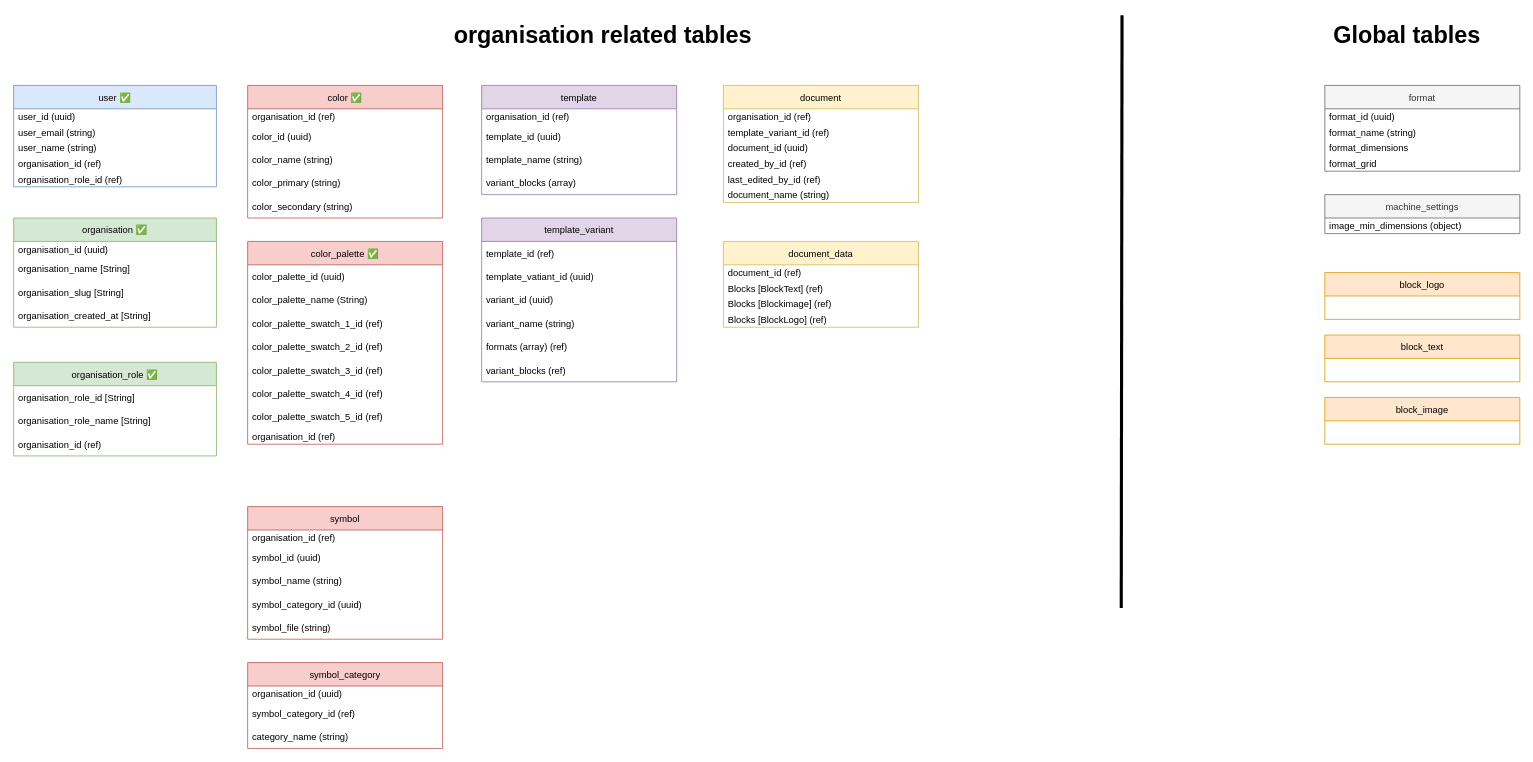
Earlier version of the draw.io diagram page "Page-2" (2 of 2) of root/DesignmaskinCurrent2.drawio (dreamyguy/drawio). Source tidied: cells renumbered, new cells numbered last; positions are measured from the earlier drawing's top-left corner, leaving out a move shared by most shapes. Both pictures are drawn from the tidied source at 78%, with x=0, y=0 at pixel (13, 15).
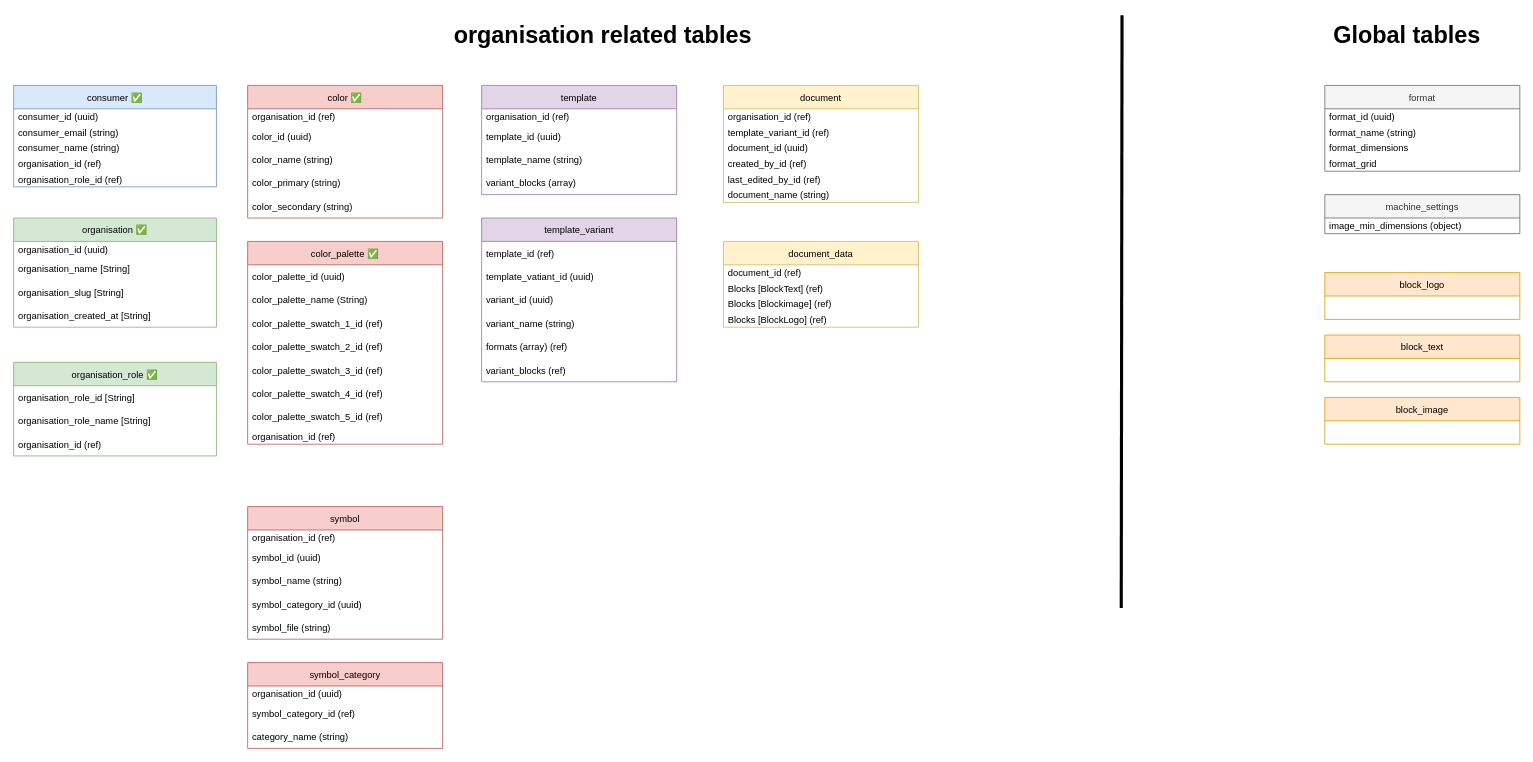
After the change.

The edit, as a diff of the source:
```diff
@@
-    <mxCell id="2" value="user ✅" style="swimlane;fontStyle=0;horizontal=1;startSize=30;fillColor=#dae8fc;strokeColor=#6c8ebf;" parent="1" vertex="1">
+    <mxCell id="2" value="consumer ✅" style="swimlane;fontStyle=0;horizontal=1;startSize=30;fillColor=#dae8fc;strokeColor=#6c8ebf;" parent="1" vertex="1">
       <mxGeometry y="90" width="260" height="130" as="geometry" />
     </mxCell>
-    <mxCell id="3" value="user_id (uuid)" style="text;strokeColor=none;fillColor=none;align=left;verticalAlign=middle;spacingLeft=4;spacingRight=4;overflow=hidden;spacing=2;" parent="2" vertex="1">
+    <mxCell id="3" value="consumer_id (uuid)" style="text;strokeColor=none;fillColor=none;align=left;verticalAlign=middle;spacingLeft=4;spacingRight=4;overflow=hidden;spacing=2;" parent="2" vertex="1">
       <mxGeometry y="30" width="260" height="20" as="geometry" />
     </mxCell>
-    <mxCell id="4" value="user_email (string)" style="text;strokeColor=none;fillColor=none;align=left;verticalAlign=middle;spacingLeft=4;spacingRight=4;overflow=hidden;" parent="2" vertex="1">
+    <mxCell id="4" value="consumer_email (string)" style="text;strokeColor=none;fillColor=none;align=left;verticalAlign=middle;spacingLeft=4;spacingRight=4;overflow=hidden;" parent="2" vertex="1">
       <mxGeometry y="50" width="260" height="20" as="geometry" />
     </mxCell>
-    <mxCell id="5" value="user_name (string)" style="text;strokeColor=none;fillColor=none;align=left;verticalAlign=middle;spacingLeft=4;spacingRight=4;overflow=hidden;spacing=2;" parent="2" vertex="1">
+    <mxCell id="5" value="consumer_name (string)" style="text;strokeColor=none;fillColor=none;align=left;verticalAlign=middle;spacingLeft=4;spacingRight=4;overflow=hidden;spacing=2;" parent="2" vertex="1">
       <mxGeometry y="70" width="260" height="20" as="geometry" />
     </mxCell>
```
